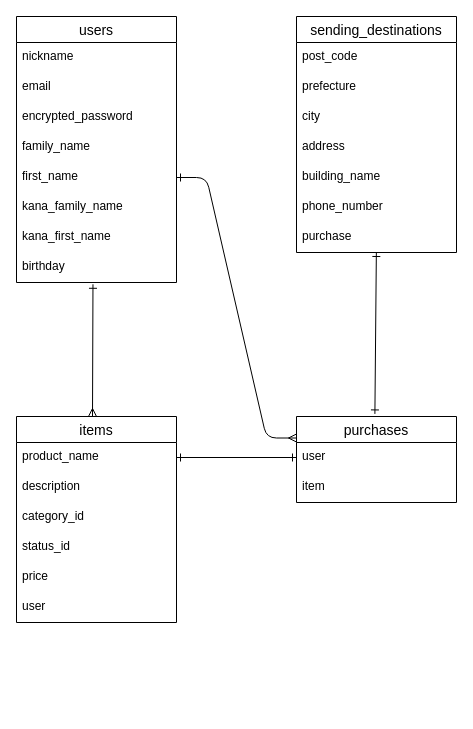
The draw.io diagram furima.dio in aimpcr/furima-38488, before the edit. Source tidied: cells renumbered, new cells numbered last; positions are measured from the earlier drawing's top-left corner, leaving out a move shared by most shapes. Both pictures are drawn from the tidied source at 100%, with x=0, y=0 at pixel (16, 16).
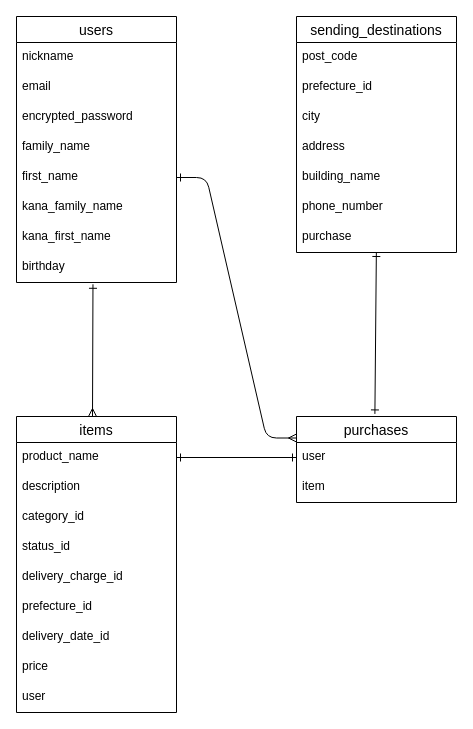
Above is the later version.

The change refers to these unchanged cells:
```xml
<mxCell id="18" value="sending_destinations" style="swimlane;fontStyle=0;horizontal=1;startSize=26;align=center;fontSize=14;" parent="1" vertex="1">
  <mxGeometry x="280" width="160" height="236" as="geometry" />
</mxCell>
```

The edit, as a diff of the source:
```diff
@@
     <mxCell id="11" value="items" style="swimlane;fontStyle=0;horizontal=1;startSize=26;align=center;fontSize=14;" parent="1" vertex="1">
-      <mxGeometry y="400" width="160" height="206" as="geometry" />
+      <mxGeometry y="400" width="160" height="296" as="geometry" />
     </mxCell>
@@
+    <mxCell id="33" value="delivery_charge_id" style="text;strokeColor=none;fillColor=none;spacingLeft=4;spacingRight=4;overflow=hidden;fontSize=12;" parent="11" vertex="1">
+      <mxGeometry y="146" width="160" height="30" as="geometry" />
+    </mxCell>
+    <mxCell id="34" value="prefecture_id" style="text;strokeColor=none;fillColor=none;spacingLeft=4;spacingRight=4;overflow=hidden;fontSize=12;" parent="11" vertex="1">
+      <mxGeometry y="176" width="160" height="30" as="geometry" />
+    </mxCell>
+    <mxCell id="35" value="delivery_date_id" style="text;strokeColor=none;fillColor=none;spacingLeft=4;spacingRight=4;overflow=hidden;fontSize=12;" parent="11" vertex="1">
+      <mxGeometry y="206" width="160" height="30" as="geometry" />
+    </mxCell>
     <mxCell id="16" value="price" style="text;strokeColor=none;fillColor=none;spacingLeft=4;spacingRight=4;overflow=hidden;fontSize=12;" parent="11" vertex="1">
-      <mxGeometry y="146" width="160" height="30" as="geometry" />
+      <mxGeometry y="236" width="160" height="30" as="geometry" />
     </mxCell>
     <mxCell id="17" value="user" style="text;strokeColor=none;fillColor=none;spacingLeft=4;spacingRight=4;overflow=hidden;fontSize=12;" parent="11" vertex="1">
-      <mxGeometry y="176" width="160" height="30" as="geometry" />
+      <mxGeometry y="266" width="160" height="30" as="geometry" />
     </mxCell>
@@
-    <mxCell id="20" value="prefecture" style="text;strokeColor=none;fillColor=none;spacingLeft=4;spacingRight=4;overflow=hidden;fontSize=12;" parent="18" vertex="1">
+    <mxCell id="20" value="prefecture_id" style="text;strokeColor=none;fillColor=none;spacingLeft=4;spacingRight=4;overflow=hidden;fontSize=12;" parent="18" vertex="1">
       <mxGeometry y="56" width="160" height="30" as="geometry" />
     </mxCell>
```
